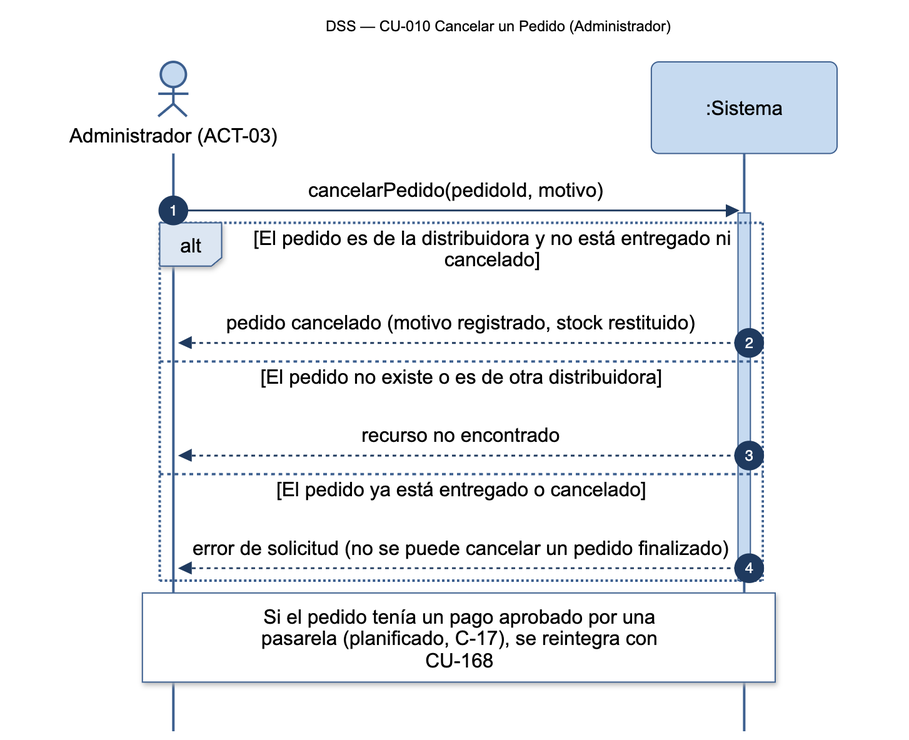
Earlier version of the Mermaid export diagramas/png/DSS_CU-010_Cancelar-un-Pedido.png (Nahuelito-Dev/splg-docs). Its source is kept beside it as diagramas/DSS_CU-010_Cancelar-un-Pedido.mmd.
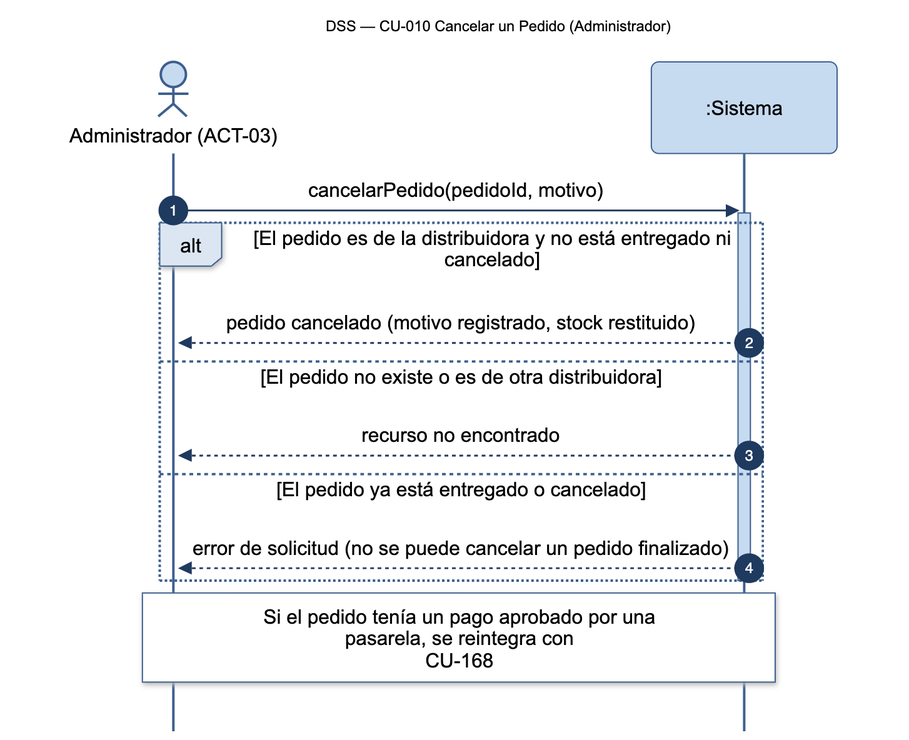
After the change.

Diff of the diagram source:
```diff
@@ -14,4 +14,4 @@
         SIS-->>ADM: error de solicitud (no se puede cancelar un pedido finalizado)
     end
     deactivate SIS
-    Note over ADM,SIS: Si el pedido tenía un pago aprobado por una<br/>pasarela (planificado, C-17), se reintegra con<br/>CU-168
+    Note over ADM,SIS: Si el pedido tenía un pago aprobado por una<br/>pasarela, se reintegra con<br/>CU-168
```
